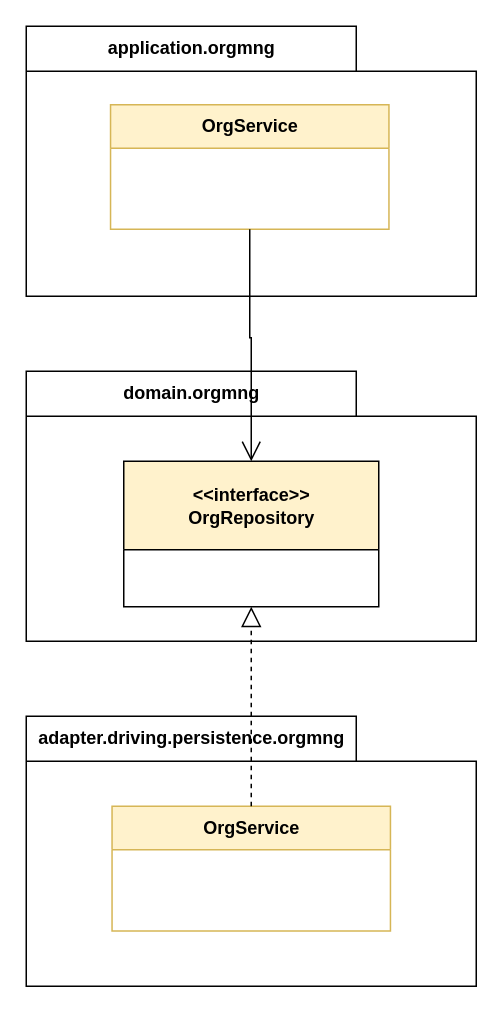
wyyl1/wyyl1.github.io keeps this draw.io diagram as page "依赖倒转" (7 of 11) of aoe的DrawIO仓库/23/插图.drawio. Above is the earlier version. Source tidied: cells renumbered, new cells numbered last; positions are measured from the earlier drawing's top-left corner, leaving out a move shared by most shapes. Both pictures are drawn from the tidied source at 150%, with x=0, y=0 at pixel (26, 26).
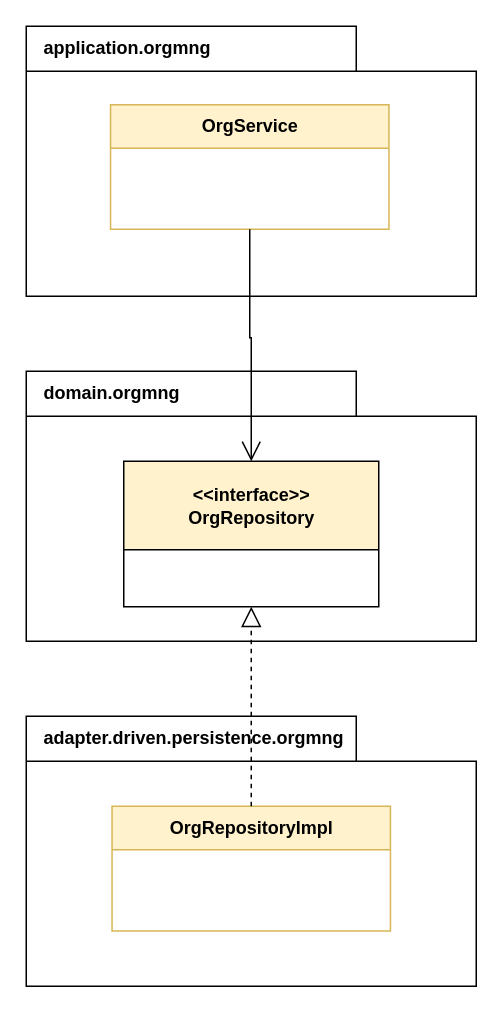
The same page after the edit.

What changed in the source:
```diff
@@
 <mxGraphModel>
   <root>
     <mxCell id="0" />
     <mxCell id="1" parent="0" />
-    <mxCell id="2" value="application.orgmng" style="shape=folder;fontStyle=1;tabWidth=220;tabHeight=30;tabPosition=left;html=1;boundedLbl=1;labelInHeader=1;" parent="1" vertex="1">
+    <mxCell id="2" value="application.orgmng" style="shape=folder;fontStyle=1;tabWidth=220;tabHeight=30;tabPosition=left;html=1;boundedLbl=1;labelInHeader=1;align=left;spacingLeft=10;" parent="1" vertex="1">
       <mxGeometry width="300" height="180" as="geometry" />
     </mxCell>
     <mxCell id="3" value="OrgService" style="swimlane;fontStyle=1;align=center;verticalAlign=middle;horizontal=1;startSize=29;html=1;fillColor=#fff2cc;strokeColor=#d6b656;" parent="2" vertex="1">
       <mxGeometry x="56.2" y="52.3" width="185.6" height="83.1" as="geometry" />
     </mxCell>
-    <mxCell id="4" value="adapter.driving.persistence.orgmng" style="shape=folder;fontStyle=1;tabWidth=220;tabHeight=30;tabPosition=left;html=1;boundedLbl=1;labelInHeader=1;" parent="1" vertex="1">
+    <mxCell id="4" value="adapter.driven.persistence.orgmng" style="shape=folder;fontStyle=1;tabWidth=220;tabHeight=30;tabPosition=left;html=1;boundedLbl=1;labelInHeader=1;align=left;spacingLeft=10;" parent="1" vertex="1">
       <mxGeometry y="460" width="300" height="180" as="geometry" />
     </mxCell>
-    <mxCell id="5" value="OrgService" style="swimlane;fontStyle=1;align=center;verticalAlign=middle;horizontal=1;startSize=29;html=1;fillColor=#fff2cc;strokeColor=#d6b656;" parent="4" vertex="1">
+    <mxCell id="5" value="OrgRepositoryImpl" style="swimlane;fontStyle=1;align=center;verticalAlign=middle;horizontal=1;startSize=29;html=1;fillColor=#fff2cc;strokeColor=#d6b656;" parent="4" vertex="1">
       <mxGeometry x="57.2" y="60" width="185.6" height="83.1" as="geometry" />
     </mxCell>
-    <mxCell id="6" value="domain.orgmng" style="shape=folder;fontStyle=1;tabWidth=220;tabHeight=30;tabPosition=left;html=1;boundedLbl=1;labelInHeader=1;" parent="1" vertex="1">
+    <mxCell id="6" value="domain.orgmng" style="shape=folder;fontStyle=1;tabWidth=220;tabHeight=30;tabPosition=left;html=1;boundedLbl=1;labelInHeader=1;align=left;spacingLeft=10;" parent="1" vertex="1">
       <mxGeometry y="230" width="300" height="180" as="geometry" />
     </mxCell>
     <mxCell id="7" value="&lt;b&gt;&amp;lt;&amp;lt;interface&amp;gt;&amp;gt;&lt;br&gt;OrgRepository&lt;/b&gt;" style="swimlane;fontStyle=0;align=center;verticalAlign=middle;horizontal=1;startSize=59;html=1;fillColor=#fff2cc;strokeColor=#000000;" parent="6" vertex="1">
       <mxGeometry x="65" y="60" width="170" height="97" as="geometry" />
     </mxCell>
     <mxCell id="8" style="edgeStyle=orthogonalEdgeStyle;rounded=0;jettySize=auto;html=1;dashed=1;endArrow=block;endFill=0;endSize=11;" parent="1" edge="1" source="5" target="7">
       <mxGeometry relative="1" as="geometry" />
     </mxCell>
     <mxCell id="9" style="edgeStyle=orthogonalEdgeStyle;rounded=0;jettySize=auto;html=1;entryX=0.5;entryY=0;entryDx=0;entryDy=0;endArrow=open;endFill=0;endSize=11;" parent="1" edge="1" source="3" target="7">
       <mxGeometry relative="1" as="geometry" />
     </mxCell>
   </root>
 </mxGraphModel>
```
